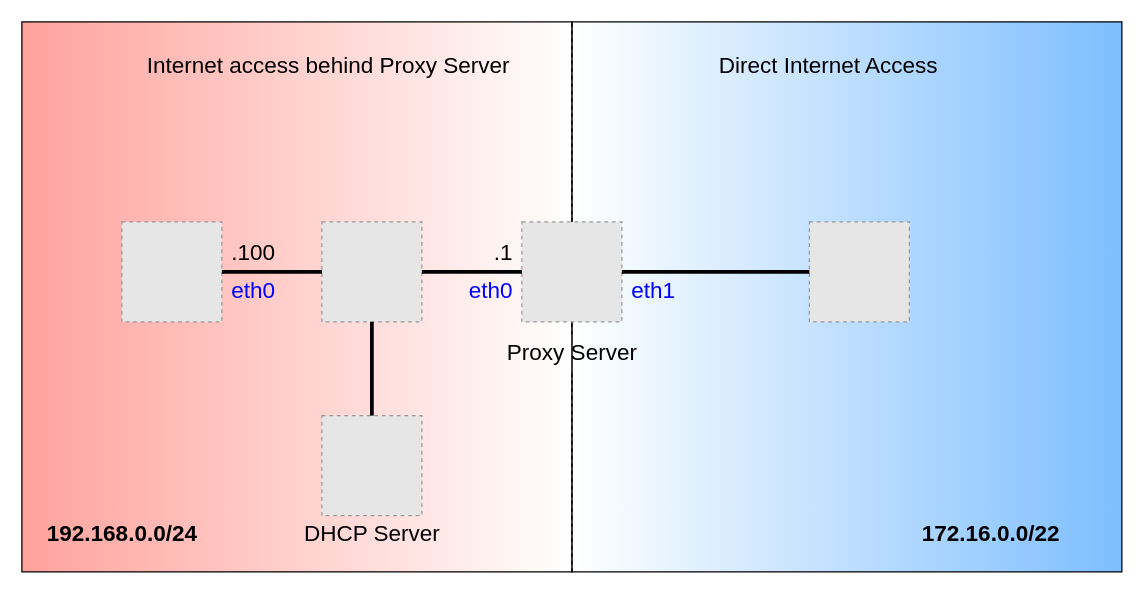
Above: diagrams/Proxy.drawio in nascarsayan/draw.io (draw.io), before the change. Source tidied: cells renumbered, new cells numbered last; positions are measured from the earlier drawing's top-left corner, leaving out a move shared by most shapes. Both pictures are drawn from the tidied source at 125%, with x=0, y=0 at pixel (21, 21). Pictures stored in the file or linked from it are replaced by grey dashed boxes.
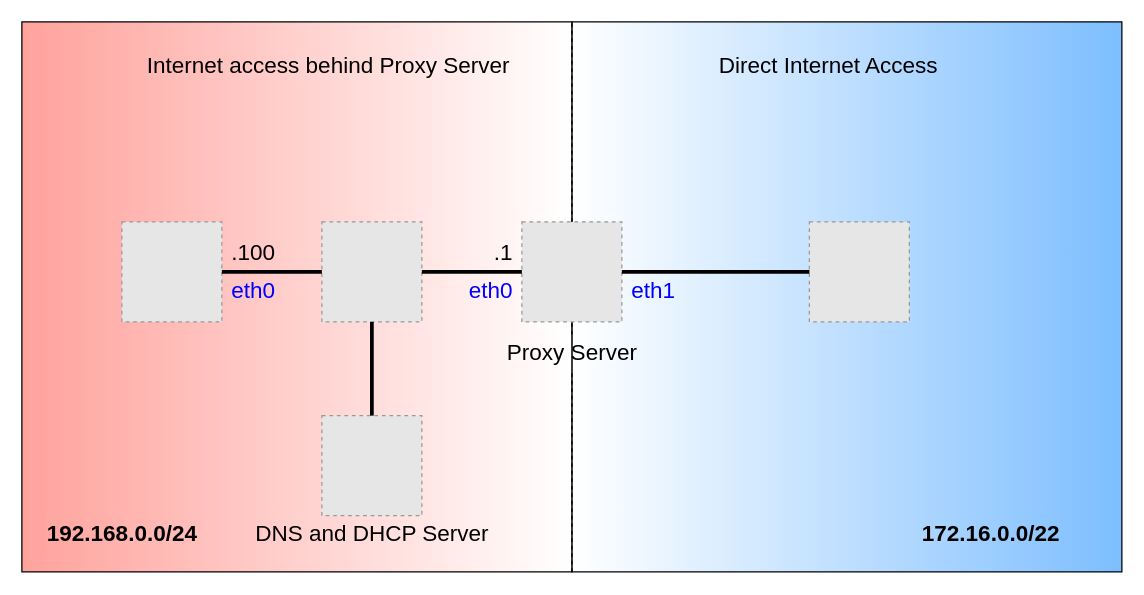
The same page after the edit.

Change to the diagram source:
```diff
@@
-    <mxCell id="22" value="DHCP Server" style="text;html=1;align=center;verticalAlign=middle;strokeColor=none;fillColor=none;fontSize=18;" parent="1" vertex="1">
-      <mxGeometry x="220" y="395" width="120" height="30" as="geometry" />
+    <mxCell id="22" value="DNS and DHCP Server" style="text;html=1;align=center;verticalAlign=middle;strokeColor=none;fillColor=none;fontSize=18;" parent="1" vertex="1">
+      <mxGeometry x="180" y="395" width="200" height="30" as="geometry" />
     </mxCell>
```
